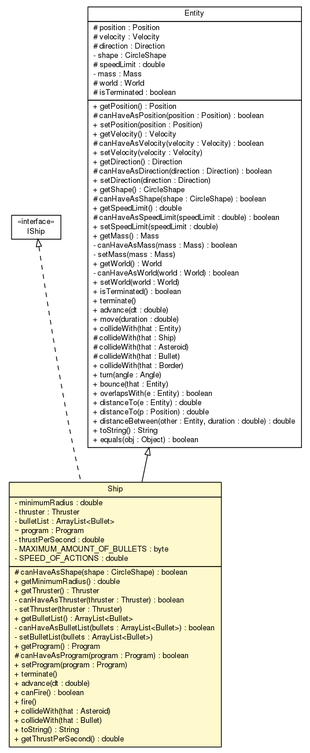
sinopeus/asteroids keeps this Graphviz diagram as doc/world/entity/ship/Ship.png. Above is the earlier version. Its source is kept beside it as doc/world/entity/ship/Ship.dot.
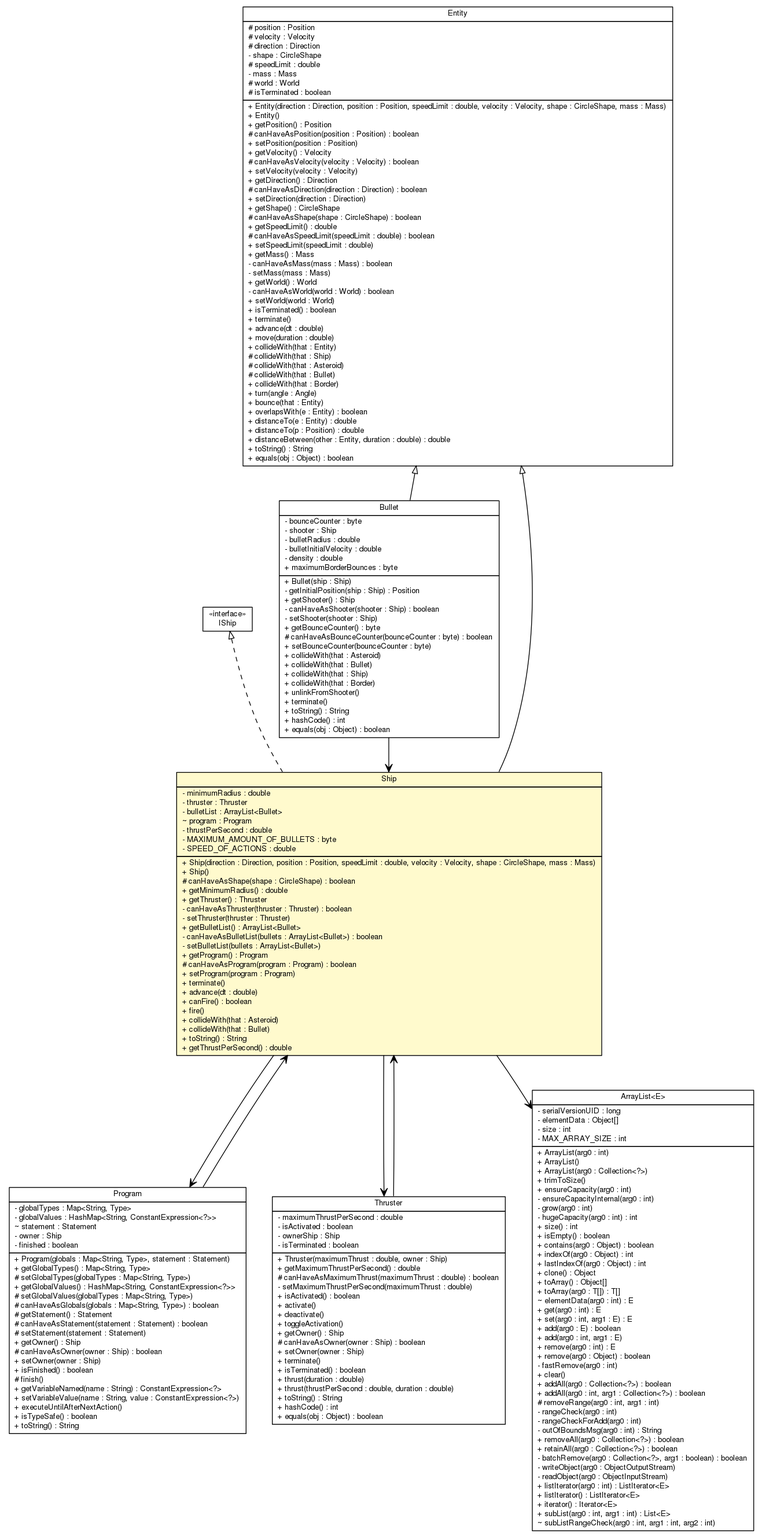
The same diagram one commit later.

What changed in the source:
```diff
@@ -4,13 +4,46 @@
 	node [fontname="Helvetica",fontsize=10,shape=plaintext];
 	nodesep=0.25;
 	ranksep=0.5;
-	c15432 [label=<<table title="model.IShip" border="0" cellborder="1" cellspacing="0" cellpadding="2" port="p" href="../../../model/IShip.html">
+	c15485 [label=<<table title="model.IShip" border="0" cellborder="1" cellspacing="0" cellpadding="2" port="p" href="../../../model/IShip.html">
 		<tr><td><table border="0" cellspacing="0" cellpadding="1">
 <tr><td align="center" balign="center"> &#171;interface&#187; </td></tr>
 <tr><td align="center" balign="center"> IShip </td></tr>
 		</table></td></tr>
 		</table>>, URL="../../../model/IShip.html", fontname="Helvetica", fontcolor="black", fontsize=10.0];
-	c15522 [label=<<table title="world.entity.Entity" border="0" cellborder="1" cellspacing="0" cellpadding="2" port="p" href="../Entity.html">
+	c15492 [label=<<table title="model.programs.Program" border="0" cellborder="1" cellspacing="0" cellpadding="2" port="p" href="../../../model/programs/Program.html">
+		<tr><td><table border="0" cellspacing="0" cellpadding="1">
+<tr><td align="center" balign="center"> Program </td></tr>
+		</table></td></tr>
+		<tr><td><table border="0" cellspacing="0" cellpadding="1">
+<tr><td align="left" balign="left"> - globalTypes : Map&lt;String, Type&gt; </td></tr>
+<tr><td align="left" balign="left"> - globalValues : HashMap&lt;String, ConstantExpression&lt;?&gt;&gt; </td></tr>
+<tr><td align="left" balign="left"> ~ statement : Statement </td></tr>
+<tr><td align="left" balign="left"> - owner : Ship </td></tr>
+<tr><td align="left" balign="left"> - finished : boolean </td></tr>
+		</table></td></tr>
+		<tr><td><table border="0" cellspacing="0" cellpadding="1">
+<tr><td align="left" balign="left"> + Program(globals : Map&lt;String, Type&gt;, statement : Statement) </td></tr>
+<tr><td align="left" balign="left"> + getGlobalTypes() : Map&lt;String, Type&gt; </td></tr>
+<tr><td align="left" balign="left"> # setGlobalTypes(globalTypes : Map&lt;String, Type&gt;) </td></tr>
+<tr><td align="left" balign="left"> + getGlobalValues() : HashMap&lt;String, ConstantExpression&lt;?&gt;&gt; </td></tr>
+<tr><td align="left" balign="left"> # setGlobalValues(globalTypes : Map&lt;String, Type&gt;) </td></tr>
+<tr><td align="left" balign="left"> # canHaveAsGlobals(globals : Map&lt;String, Type&gt;) : boolean </td></tr>
+<tr><td align="left" balign="left"> # getStatement() : Statement </td></tr>
+<tr><td align="left" balign="left"> # canHaveAsStatement(statement : Statement) : boolean </td></tr>
+<tr><td align="left" balign="left"> # setStatement(statement : Statement) </td></tr>
+<tr><td align="left" balign="left"> + getOwner() : Ship </td></tr>
+<tr><td align="left" balign="left"> # canHaveAsOwner(owner : Ship) : boolean </td></tr>
+<tr><td align="left" balign="left"> + setOwner(owner : Ship) </td></tr>
+<tr><td align="left" balign="left"> + isFinished() : boolean </td></tr>
+<tr><td align="left" balign="left"> # finish() </td></tr>
+<tr><td align="left" balign="left"> + getVariableNamed(name : String) : ConstantExpression&lt;?&gt; </td></tr>
+<tr><td align="left" balign="left"> + setVariableValue(name : String, value : ConstantExpression&lt;?&gt;) </td></tr>
+<tr><td align="left" balign="left"> + executeUntilAfterNextAction() </td></tr>
+<tr><td align="left" balign="left"> + isTypeSafe() : boolean </td></tr>
+<tr><td align="left" balign="left"> + toString() : String </td></tr>
+		</table></td></tr>
+		</table>>, URL="../../../model/programs/Program.html", fontname="Helvetica", fontcolor="black", fontsize=10.0];
+	c15575 [label=<<table title="world.entity.Entity" border="0" cellborder="1" cellspacing="0" cellpadding="2" port="p" href="../Entity.html">
 		<tr><td><table border="0" cellspacing="0" cellpadding="1">
 <tr><td align="center" balign="center"> Entity </td></tr>
 		</table></td></tr>
@@ -25,6 +58,8 @@
 <tr><td align="left" balign="left"> # isTerminated : boolean </td></tr>
 		</table></td></tr>
 		<tr><td><table border="0" cellspacing="0" cellpadding="1">
+<tr><td align="left" balign="left"> + Entity(direction : Direction, position : Position, speedLimit : double, velocity : Velocity, shape : CircleShape, mass : Mass) </td></tr>
+<tr><td align="left" balign="left"> + Entity() </td></tr>
 <tr><td align="left" balign="left"> + getPosition() : Position </td></tr>
 <tr><td align="left" balign="left"> # canHaveAsPosition(position : Position) : boolean </td></tr>
 <tr><td align="left" balign="left"> + setPosition(position : Position) </td></tr>
@@ -64,7 +99,70 @@
 <tr><td align="left" balign="left"> + equals(obj : Object) : boolean </td></tr>
 		</table></td></tr>
 		</table>>, URL="../Entity.html", fontname="Helvetica", fontcolor="black", fontsize=10.0];
-	c15525 [label=<<table title="world.entity.ship.Ship" border="0" cellborder="1" cellspacing="0" cellpadding="2" port="p" bgcolor="lemonChiffon" href="./Ship.html">
+	c15576 [label=<<table title="world.entity.Bullet" border="0" cellborder="1" cellspacing="0" cellpadding="2" port="p" href="../Bullet.html">
+		<tr><td><table border="0" cellspacing="0" cellpadding="1">
+<tr><td align="center" balign="center"> Bullet </td></tr>
+		</table></td></tr>
+		<tr><td><table border="0" cellspacing="0" cellpadding="1">
+<tr><td align="left" balign="left"> - bounceCounter : byte </td></tr>
+<tr><td align="left" balign="left"> - shooter : Ship </td></tr>
+<tr><td align="left" balign="left"> - bulletRadius : double </td></tr>
+<tr><td align="left" balign="left"> - bulletInitialVelocity : double </td></tr>
+<tr><td align="left" balign="left"> - density : double </td></tr>
+<tr><td align="left" balign="left"> + maximumBorderBounces : byte </td></tr>
+		</table></td></tr>
+		<tr><td><table border="0" cellspacing="0" cellpadding="1">
+<tr><td align="left" balign="left"> + Bullet(ship : Ship) </td></tr>
+<tr><td align="left" balign="left"> - getInitialPosition(ship : Ship) : Position </td></tr>
+<tr><td align="left" balign="left"> + getShooter() : Ship </td></tr>
+<tr><td align="left" balign="left"> - canHaveAsShooter(shooter : Ship) : boolean </td></tr>
+<tr><td align="left" balign="left"> - setShooter(shooter : Ship) </td></tr>
+<tr><td align="left" balign="left"> + getBounceCounter() : byte </td></tr>
+<tr><td align="left" balign="left"> # canHaveAsBounceCounter(bounceCounter : byte) : boolean </td></tr>
+<tr><td align="left" balign="left"> + setBounceCounter(bounceCounter : byte) </td></tr>
+<tr><td align="left" balign="left"> + collideWith(that : Asteroid) </td></tr>
+<tr><td align="left" balign="left"> + collideWith(that : Bullet) </td></tr>
+<tr><td align="left" balign="left"> + collideWith(that : Ship) </td></tr>
+<tr><td align="left" balign="left"> + collideWith(that : Border) </td></tr>
+<tr><td align="left" balign="left"> + unlinkFromShooter() </td></tr>
+<tr><td align="left" balign="left"> + terminate() </td></tr>
+<tr><td align="left" balign="left"> + toString() : String </td></tr>
+<tr><td align="left" balign="left"> + hashCode() : int </td></tr>
+<tr><td align="left" balign="left"> + equals(obj : Object) : boolean </td></tr>
+		</table></td></tr>
+		</table>>, URL="../Bullet.html", fontname="Helvetica", fontcolor="black", fontsize=10.0];
+	c15577 [label=<<table title="world.entity.ship.Thruster" border="0" cellborder="1" cellspacing="0" cellpadding="2" port="p" href="./Thruster.html">
+		<tr><td><table border="0" cellspacing="0" cellpadding="1">
+<tr><td align="center" balign="center"> Thruster </td></tr>
+		</table></td></tr>
+		<tr><td><table border="0" cellspacing="0" cellpadding="1">
+<tr><td align="left" balign="left"> - maximumThrustPerSecond : double </td></tr>
+<tr><td align="left" balign="left"> - isActivated : boolean </td></tr>
+<tr><td align="left" balign="left"> - ownerShip : Ship </td></tr>
+<tr><td align="left" balign="left"> - isTerminated : boolean </td></tr>
+		</table></td></tr>
+		<tr><td><table border="0" cellspacing="0" cellpadding="1">
+<tr><td align="left" balign="left"> + Thruster(maximumThrust : double, owner : Ship) </td></tr>
+<tr><td align="left" balign="left"> + getMaximumThrustPerSecond() : double </td></tr>
+<tr><td align="left" balign="left"> # canHaveAsMaximumThrust(maximumThrust : double) : boolean </td></tr>
+<tr><td align="left" balign="left"> - setMaximumThrustPerSecond(maximumThrust : double) </td></tr>
+<tr><td align="left" balign="left"> + isActivated() : boolean </td></tr>
+<tr><td align="left" balign="left"> + activate() </td></tr>
+<tr><td align="left" balign="left"> + deactivate() </td></tr>
+<tr><td align="left" balign="left"> + toggleActivation() </td></tr>
+<tr><td align="left" balign="left"> + getOwner() : Ship </td></tr>
+<tr><td align="left" balign="left"> # canHaveAsOwner(owner : Ship) : boolean </td></tr>
+<tr><td align="left" balign="left"> + setOwner(owner : Ship) </td></tr>
+<tr><td align="left" balign="left"> + terminate() </td></tr>
+<tr><td align="left" balign="left"> + isTerminated() : boolean </td></tr>
+<tr><td align="left" balign="left"> + thrust(duration : double) </td></tr>
+<tr><td align="left" balign="left"> + thrust(thrustPerSecond : double, duration : double) </td></tr>
+<tr><td align="left" balign="left"> + toString() : String </td></tr>
+<tr><td align="left" balign="left"> + hashCode() : int </td></tr>
+<tr><td align="left" balign="left"> + equals(obj : Object) : boolean </td></tr>
+		</table></td></tr>
+		</table>>, URL="./Thruster.html", fontname="Helvetica", fontcolor="black", fontsize=10.0];
+	c15578 [label=<<table title="world.entity.ship.Ship" border="0" cellborder="1" cellspacing="0" cellpadding="2" port="p" bgcolor="lemonChiffon" href="./Ship.html">
 		<tr><td><table border="0" cellspacing="0" cellpadding="1">
 <tr><td align="center" balign="center"> Ship </td></tr>
 		</table></td></tr>
@@ -78,6 +176,8 @@
 <tr><td align="left" balign="left"> - SPEED_OF_ACTIONS : double </td></tr>
 		</table></td></tr>
 		<tr><td><table border="0" cellspacing="0" cellpadding="1">
+<tr><td align="left" balign="left"> + Ship(direction : Direction, position : Position, speedLimit : double, velocity : Velocity, shape : CircleShape, mass : Mass) </td></tr>
+<tr><td align="left" balign="left"> + Ship() </td></tr>
 <tr><td align="left" balign="left"> # canHaveAsShape(shape : CircleShape) : boolean </td></tr>
 <tr><td align="left" balign="left"> + getMinimumRadius() : double </td></tr>
 <tr><td align="left" balign="left"> + getThruster() : Thruster </td></tr>
@@ -99,6 +199,67 @@
 <tr><td align="left" balign="left"> + getThrustPerSecond() : double </td></tr>
 		</table></td></tr>
 		</table>>, URL="./Ship.html", fontname="Helvetica", fontcolor="black", fontsize=10.0];
-	c15522:p -> c15525:p [dir=back,arrowtail=empty];
-	c15432:p -> c15525:p [dir=back,arrowtail=empty,style=dashed];
+	c15575:p -> c15576:p [dir=back,arrowtail=empty];
+	c15575:p -> c15578:p [dir=back,arrowtail=empty];
+	c15485:p -> c15578:p [dir=back,arrowtail=empty,style=dashed];
+	c15492:p -> c15578:p [taillabel="", label="", headlabel="", fontname="Helvetica", fontcolor="black", fontsize=10.0, color="black", arrowhead=open];
+	c15576:p -> c15578:p [taillabel="", label="", headlabel="", fontname="Helvetica", fontcolor="black", fontsize=10.0, color="black", arrowhead=open];
+	c15577:p -> c15578:p [taillabel="", label="", headlabel="", fontname="Helvetica", fontcolor="black", fontsize=10.0, color="black", arrowhead=open];
+	c15578:p -> c15577:p [taillabel="", label="", headlabel="", fontname="Helvetica", fontcolor="black", fontsize=10.0, color="black", arrowhead=open];
+	c15578:p -> c15594:p [taillabel="", label="", headlabel="", fontname="Helvetica", fontcolor="black", fontsize=10.0, color="black", arrowhead=open];
+	c15578:p -> c15492:p [taillabel="", label="", headlabel="", fontname="Helvetica", fontcolor="black", fontsize=10.0, color="black", arrowhead=open];
+	c15594 [label=<<table title="java.util.ArrayList" border="0" cellborder="1" cellspacing="0" cellpadding="2" port="p" href="http://java.sun.com/j2se/1.4.2/docs/api/java/util/ArrayList.html">
+		<tr><td><table border="0" cellspacing="0" cellpadding="1">
+<tr><td align="center" balign="center"> ArrayList&lt;E&gt; </td></tr>
+		</table></td></tr>
+		<tr><td><table border="0" cellspacing="0" cellpadding="1">
+<tr><td align="left" balign="left"> - serialVersionUID : long </td></tr>
+<tr><td align="left" balign="left"> - elementData : Object[] </td></tr>
+<tr><td align="left" balign="left"> - size : int </td></tr>
+<tr><td align="left" balign="left"> - MAX_ARRAY_SIZE : int </td></tr>
+		</table></td></tr>
+		<tr><td><table border="0" cellspacing="0" cellpadding="1">
+<tr><td align="left" balign="left"> + ArrayList(arg0 : int) </td></tr>
+<tr><td align="left" balign="left"> + ArrayList() </td></tr>
+<tr><td align="left" balign="left"> + ArrayList(arg0 : Collection&lt;?&gt;) </td></tr>
+<tr><td align="left" balign="left"> + trimToSize() </td></tr>
+<tr><td align="left" balign="left"> + ensureCapacity(arg0 : int) </td></tr>
+<tr><td align="left" balign="left"> - ensureCapacityInternal(arg0 : int) </td></tr>
+<tr><td align="left" balign="left"> - grow(arg0 : int) </td></tr>
+<tr><td align="left" balign="left"> - hugeCapacity(arg0 : int) : int </td></tr>
+<tr><td align="left" balign="left"> + size() : int </td></tr>
+<tr><td align="left" balign="left"> + isEmpty() : boolean </td></tr>
+<tr><td align="left" balign="left"> + contains(arg0 : Object) : boolean </td></tr>
+<tr><td align="left" balign="left"> + indexOf(arg0 : Object) : int </td></tr>
+<tr><td align="left" balign="left"> + lastIndexOf(arg0 : Object) : int </td></tr>
+<tr><td align="left" balign="left"> + clone() : Object </td></tr>
+<tr><td align="left" balign="left"> + toArray() : Object[] </td></tr>
+<tr><td align="left" balign="left"> + toArray(arg0 : T[]) : T[] </td></tr>
+<tr><td align="left" balign="left"> ~ elementData(arg0 : int) : E </td></tr>
+<tr><td align="left" balign="left"> + get(arg0 : int) : E </td></tr>
+<tr><td align="left" balign="left"> + set(arg0 : int, arg1 : E) : E </td></tr>
+<tr><td align="left" balign="left"> + add(arg0 : E) : boolean </td></tr>
+<tr><td align="left" balign="left"> + add(arg0 : int, arg1 : E) </td></tr>
+<tr><td align="left" balign="left"> + remove(arg0 : int) : E </td></tr>
+<tr><td align="left" balign="left"> + remove(arg0 : Object) : boolean </td></tr>
+<tr><td align="left" balign="left"> - fastRemove(arg0 : int) </td></tr>
+<tr><td align="left" balign="left"> + clear() </td></tr>
+<tr><td align="left" balign="left"> + addAll(arg0 : Collection&lt;?&gt;) : boolean </td></tr>
+<tr><td align="left" balign="left"> + addAll(arg0 : int, arg1 : Collection&lt;?&gt;) : boolean </td></tr>
+<tr><td align="left" balign="left"> # removeRange(arg0 : int, arg1 : int) </td></tr>
+<tr><td align="left" balign="left"> - rangeCheck(arg0 : int) </td></tr>
+<tr><td align="left" balign="left"> - rangeCheckForAdd(arg0 : int) </td></tr>
+<tr><td align="left" balign="left"> - outOfBoundsMsg(arg0 : int) : String </td></tr>
+<tr><td align="left" balign="left"> + removeAll(arg0 : Collection&lt;?&gt;) : boolean </td></tr>
+<tr><td align="left" balign="left"> + retainAll(arg0 : Collection&lt;?&gt;) : boolean </td></tr>
+<tr><td align="left" balign="left"> - batchRemove(arg0 : Collection&lt;?&gt;, arg1 : boolean) : boolean </td></tr>
+<tr><td align="left" balign="left"> - writeObject(arg0 : ObjectOutputStream) </td></tr>
+<tr><td align="left" balign="left"> - readObject(arg0 : ObjectInputStream) </td></tr>
+<tr><td align="left" balign="left"> + listIterator(arg0 : int) : ListIterator&lt;E&gt; </td></tr>
+<tr><td align="left" balign="left"> + listIterator() : ListIterator&lt;E&gt; </td></tr>
+<tr><td align="left" balign="left"> + iterator() : Iterator&lt;E&gt; </td></tr>
+<tr><td align="left" balign="left"> + subList(arg0 : int, arg1 : int) : List&lt;E&gt; </td></tr>
+<tr><td align="left" balign="left"> ~ subListRangeCheck(arg0 : int, arg1 : int, arg2 : int) </td></tr>
+		</table></td></tr>
+		</table>>, URL="http://java.sun.com/j2se/1.4.2/docs/api/java/util/ArrayList.html", fontname="Helvetica", fontcolor="black", fontsize=10.0];
 }
```
